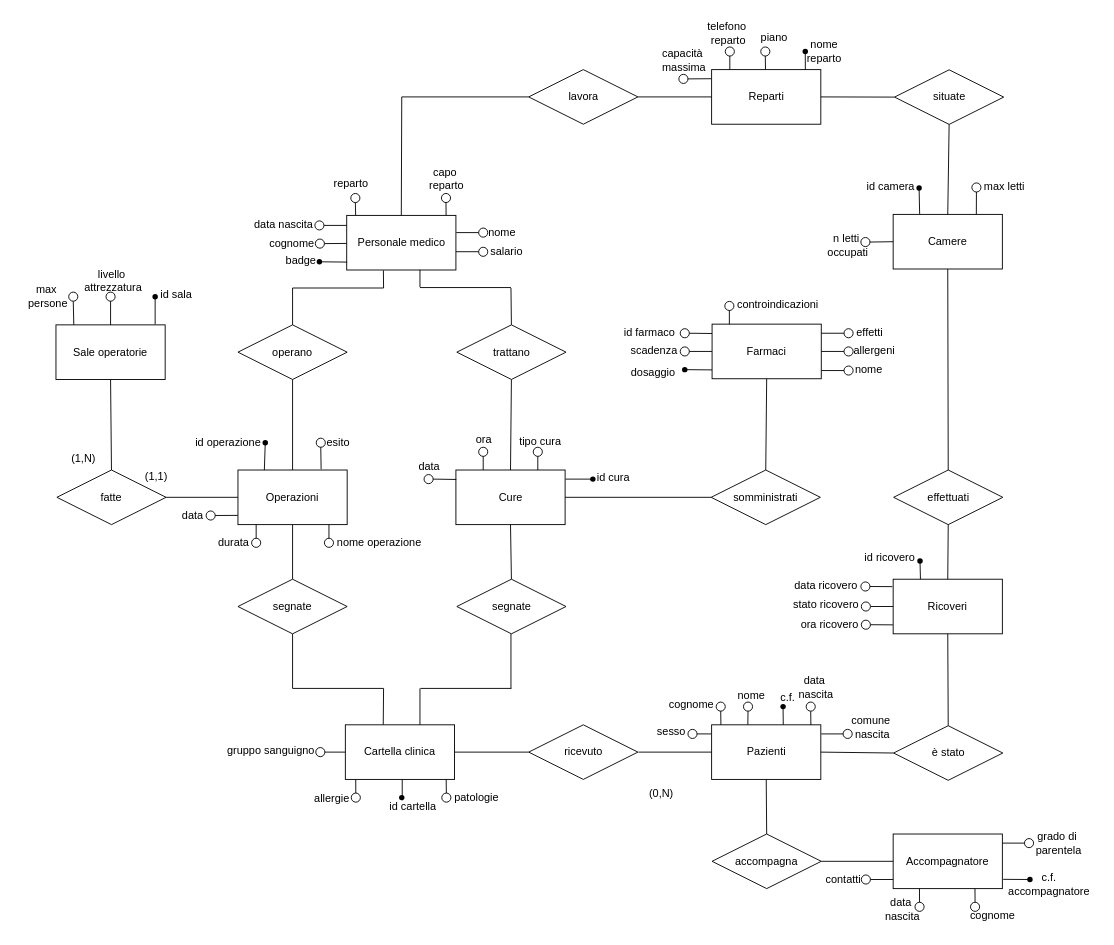
The draw.io diagram ER-ristru.drawio in MicheleDioli/UniPD-database-project-2024, before the edit. Source tidied: cells renumbered, new cells numbered last; positions are measured from the earlier drawing's top-left corner, leaving out a move shared by most shapes. Both pictures are drawn from the tidied source at 91%, with x=0, y=0 at pixel (15, 15).
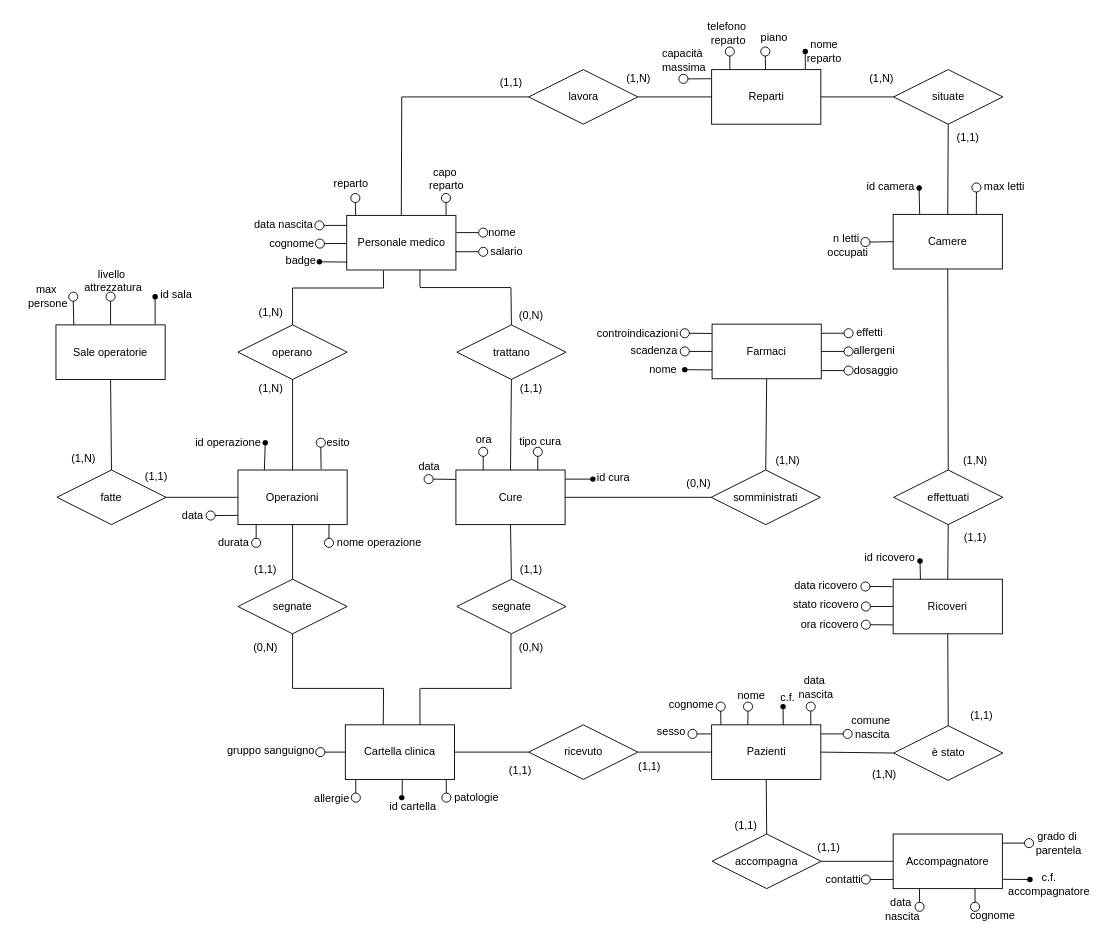
The same page after the edit.

Diff of the diagram source:
```diff
@@
     <mxCell id="11" value="situate" style="shape=rhombus;perimeter=rhombusPerimeter;whiteSpace=wrap;html=1;align=center;" parent="1" vertex="1">
-      <mxGeometry x="965.5" y="60.2" width="120" height="60" as="geometry" />
+      <mxGeometry x="964.5" y="60" width="120" height="60" as="geometry" />
     </mxCell>
@@
-    <mxCell id="22" value="id farmaco&lt;div&gt;&lt;br&gt;&lt;/div&gt;" style="text;html=1;align=center;verticalAlign=middle;strokeColor=none;fillColor=none;" parent="1" vertex="1">
-      <mxGeometry x="655.9" y="335.7" width="80" height="40" as="geometry" />
-    </mxCell>
@@
     <mxCell id="24" value="controindicazioni" style="text;html=1;align=center;verticalAlign=middle;strokeColor=none;fillColor=none;" parent="1" vertex="1">
-      <mxGeometry x="782" y="303.7" width="110" height="30" as="geometry" />
+      <mxGeometry x="628" y="334.7" width="110" height="30" as="geometry" />
     </mxCell>
     <mxCell id="25" value="dosaggio" style="text;html=1;align=center;verticalAlign=middle;strokeColor=none;fillColor=none;" parent="1" vertex="1">
-      <mxGeometry x="665" y="377.7" width="70" height="30" as="geometry" />
+      <mxGeometry x="910" y="375.7" width="70" height="30" as="geometry" />
     </mxCell>
@@
     <mxCell id="110" value="nome" style="text;html=1;align=center;verticalAlign=middle;strokeColor=none;fillColor=none;" parent="1" vertex="1">
-      <mxGeometry x="911.5" y="374.7" width="50" height="30" as="geometry" />
+      <mxGeometry x="685.9" y="374.7" width="50" height="30" as="geometry" />
     </mxCell>
@@
-    <mxCell id="112" style="ellipse;whiteSpace=wrap;html=1;" parent="1" vertex="1">
-      <mxGeometry x="779" y="314.7" width="10" height="10" as="geometry" />
-    </mxCell>
@@
-    <mxCell id="119" value="(0,N)" style="text;html=1;align=center;verticalAlign=middle;strokeColor=none;fillColor=none;" parent="1" vertex="1">
-      <mxGeometry x="683.5" y="841" width="50" height="30" as="geometry" />
-    </mxCell>
@@
-    <mxCell id="140" style="endArrow=none;html=1;rounded=0;entryX=0.5;entryY=1;entryDx=0;entryDy=0;exitX=0.25;exitY=0;exitDx=0;exitDy=0;" parent="1" edge="1" target="112">
-      <mxGeometry relative="1" as="geometry">
-        <mxPoint x="784" y="339.7" as="sourcePoint" />
-      </mxGeometry>
-    </mxCell>
@@
+    <mxCell id="217" value="(1,1)" style="text;html=1;align=center;verticalAlign=middle;strokeColor=none;fillColor=none;" parent="1" vertex="1">
+      <mxGeometry x="518.5" y="60.2" width="50" height="30" as="geometry" />
+    </mxCell>
+    <mxCell id="218" value="(1,N)" style="text;html=1;align=center;verticalAlign=middle;strokeColor=none;fillColor=none;" parent="1" vertex="1">
+      <mxGeometry x="659" y="55" width="50" height="30" as="geometry" />
+    </mxCell>
+    <mxCell id="219" value="(1,N)" style="text;html=1;align=center;verticalAlign=middle;strokeColor=none;fillColor=none;" parent="1" vertex="1">
+      <mxGeometry x="926" y="55.2" width="50" height="30" as="geometry" />
+    </mxCell>
+    <mxCell id="220" style="text;html=1;align=center;verticalAlign=middle;strokeColor=none;fillColor=none;" parent="1" vertex="1">
+      <mxGeometry x="1044" y="115" width="20" height="30" as="geometry" />
+    </mxCell>
+    <mxCell id="221" value="(1,1)" style="text;html=1;align=center;verticalAlign=middle;strokeColor=none;fillColor=none;" parent="1" vertex="1">
+      <mxGeometry x="1021" y="120.2" width="50" height="30" as="geometry" />
+    </mxCell>
+    <mxCell id="222" value="(1,N)" style="text;html=1;align=center;verticalAlign=middle;strokeColor=none;fillColor=none;" parent="1" vertex="1">
+      <mxGeometry x="1029" y="475" width="50" height="30" as="geometry" />
+    </mxCell>
+    <mxCell id="223" value="(1,1)" style="text;html=1;align=center;verticalAlign=middle;strokeColor=none;fillColor=none;" parent="1" vertex="1">
+      <mxGeometry x="1029" y="560" width="50" height="30" as="geometry" />
+    </mxCell>
+    <mxCell id="224" value="(1,N)" style="text;html=1;align=center;verticalAlign=middle;strokeColor=none;fillColor=none;" parent="1" vertex="1">
+      <mxGeometry x="928.5" y="820" width="50" height="30" as="geometry" />
+    </mxCell>
+    <mxCell id="225" value="(1,1)" style="text;html=1;align=center;verticalAlign=middle;strokeColor=none;fillColor=none;" parent="1" vertex="1">
+      <mxGeometry x="1035.5" y="755" width="50" height="30" as="geometry" />
+    </mxCell>
+    <mxCell id="226" value="(1,1)" style="text;html=1;align=center;verticalAlign=middle;strokeColor=none;fillColor=none;" parent="1" vertex="1">
+      <mxGeometry x="868" y="900" width="50" height="30" as="geometry" />
+    </mxCell>
+    <mxCell id="227" value="(1,1)" style="text;html=1;align=center;verticalAlign=middle;strokeColor=none;fillColor=none;" parent="1" vertex="1">
+      <mxGeometry x="776.5" y="876" width="50" height="30" as="geometry" />
+    </mxCell>
+    <mxCell id="228" value="(1,1)" style="text;html=1;align=center;verticalAlign=middle;strokeColor=none;fillColor=none;" parent="1" vertex="1">
+      <mxGeometry x="670.9" y="811" width="50" height="30" as="geometry" />
+    </mxCell>
+    <mxCell id="229" value="(1,1)" style="text;html=1;align=center;verticalAlign=middle;strokeColor=none;fillColor=none;" parent="1" vertex="1">
+      <mxGeometry x="528.5" y="815" width="50" height="30" as="geometry" />
+    </mxCell>
+    <mxCell id="230" value="(1,1)" style="text;html=1;align=center;verticalAlign=middle;strokeColor=none;fillColor=none;" parent="1" vertex="1">
+      <mxGeometry x="541" y="595" width="50" height="30" as="geometry" />
+    </mxCell>
+    <mxCell id="231" value="(1,1)" style="text;html=1;align=center;verticalAlign=middle;strokeColor=none;fillColor=none;" parent="1" vertex="1">
+      <mxGeometry x="249" y="595" width="50" height="30" as="geometry" />
+    </mxCell>
+    <mxCell id="232" value="(0,N)" style="text;html=1;align=center;verticalAlign=middle;strokeColor=none;fillColor=none;" parent="1" vertex="1">
+      <mxGeometry x="541" y="680" width="50" height="30" as="geometry" />
+    </mxCell>
+    <mxCell id="233" value="(0,N)" style="text;html=1;align=center;verticalAlign=middle;strokeColor=none;fillColor=none;" parent="1" vertex="1">
+      <mxGeometry x="249" y="680" width="50" height="30" as="geometry" />
+    </mxCell>
+    <mxCell id="234" value="(0,N)" style="text;html=1;align=center;verticalAlign=middle;strokeColor=none;fillColor=none;" parent="1" vertex="1">
+      <mxGeometry x="725" y="500" width="50" height="30" as="geometry" />
+    </mxCell>
+    <mxCell id="235" value="(1,N)" style="text;html=1;align=center;verticalAlign=middle;strokeColor=none;fillColor=none;" parent="1" vertex="1">
+      <mxGeometry x="823" y="475" width="50" height="30" as="geometry" />
+    </mxCell>
+    <mxCell id="236" value="(0,N)" style="text;html=1;align=center;verticalAlign=middle;strokeColor=none;fillColor=none;" parent="1" vertex="1">
+      <mxGeometry x="541" y="314.7" width="50" height="30" as="geometry" />
+    </mxCell>
+    <mxCell id="237" value="(1,N)" style="text;html=1;align=center;verticalAlign=middle;strokeColor=none;fillColor=none;" parent="1" vertex="1">
+      <mxGeometry x="255" y="395.7" width="50" height="30" as="geometry" />
+    </mxCell>
+    <mxCell id="238" value="(1,N)" style="text;html=1;align=center;verticalAlign=middle;strokeColor=none;fillColor=none;" parent="1" vertex="1">
+      <mxGeometry x="255" y="311.5" width="50" height="30" as="geometry" />
+    </mxCell>
+    <mxCell id="239" value="(1,1)" style="text;html=1;align=center;verticalAlign=middle;strokeColor=none;fillColor=none;" parent="1" vertex="1">
+      <mxGeometry x="541" y="395.7" width="50" height="30" as="geometry" />
+    </mxCell>
```
